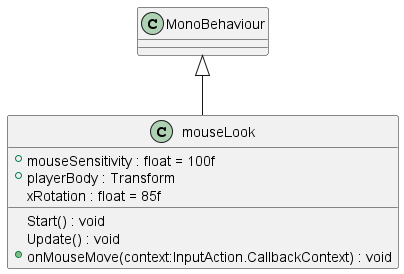
Eliaz-LR/3D-Minesweeper keeps this PlantUML diagram as uml-output/mouseLook.png. Above is the earlier version. Source of this version:
```plantuml
@startuml
class mouseLook {
    + mouseSensitivity : float = 100f
    + playerBody : Transform
    xRotation : float = 85f
    Start() : void
    Update() : void
    + onMouseMove(context:InputAction.CallbackContext) : void
}
MonoBehaviour <|-- mouseLook
@enduml
```
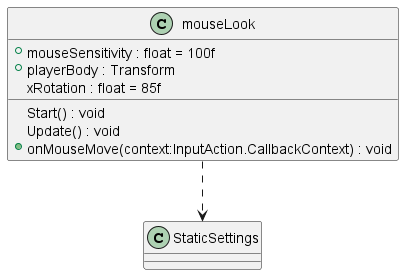
After the commit.

Change to the diagram source:
```diff
@@ -7,5 +7,5 @@
     Update() : void
     + onMouseMove(context:InputAction.CallbackContext) : void
 }
-MonoBehaviour <|-- mouseLook
+mouseLook ..> StaticSettings
 @enduml
```
